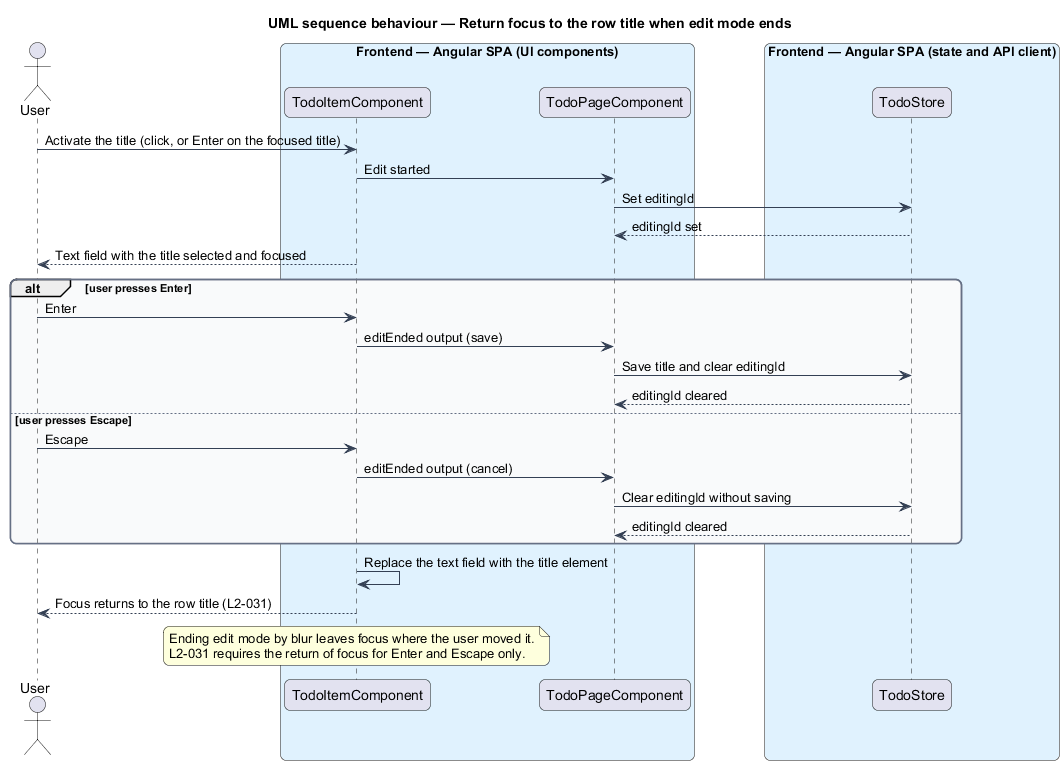
Above: docs/detailed-designs/interface/accessible-interface/diagrams/sequence-edit-end-focus.png in QuinntyneBrown/php-todo-lab (PlantUML), before the change. Its diagram source:
```plantuml
@startuml
title UML sequence behaviour — Return focus to the row title when edit mode ends
skinparam backgroundColor #FFFFFF
skinparam shadowing false
skinparam roundcorner 12
skinparam defaultFontName Arial
skinparam ArrowColor #344054
skinparam rectangle {
  BorderColor #344054
  FontColor #101828
}
skinparam package {
  BorderColor #667085
  FontColor #101828
  BackgroundColor #F9FAFB
}
actor "User" as user
box "Frontend — Angular SPA (UI components)" #E0F2FE
  participant "TodoItemComponent" as item
  participant "TodoPageComponent" as page
end box
box "Frontend — Angular SPA (state and API client)" #E0F2FE
  participant "TodoStore" as store
end box
user -> item : Activate the title (click, or Enter on the focused title)
item -> page : Edit started
page -> store : Set editingId
store --> page : editingId set
item --> user : Text field with the title selected and focused
alt user presses Enter
  user -> item : Enter
  item -> page : editEnded output (save)
  page -> store : Save title and clear editingId
  store --> page : editingId cleared
else user presses Escape
  user -> item : Escape
  item -> page : editEnded output (cancel)
  page -> store : Clear editingId without saving
  store --> page : editingId cleared
end
item -> item : Replace the text field with the title element
item --> user : Focus returns to the row title (L2-031)
note over item
  Ending edit mode by blur leaves focus where the user moved it.
  L2-031 requires the return of focus for Enter and Escape only.
end note
@enduml
```
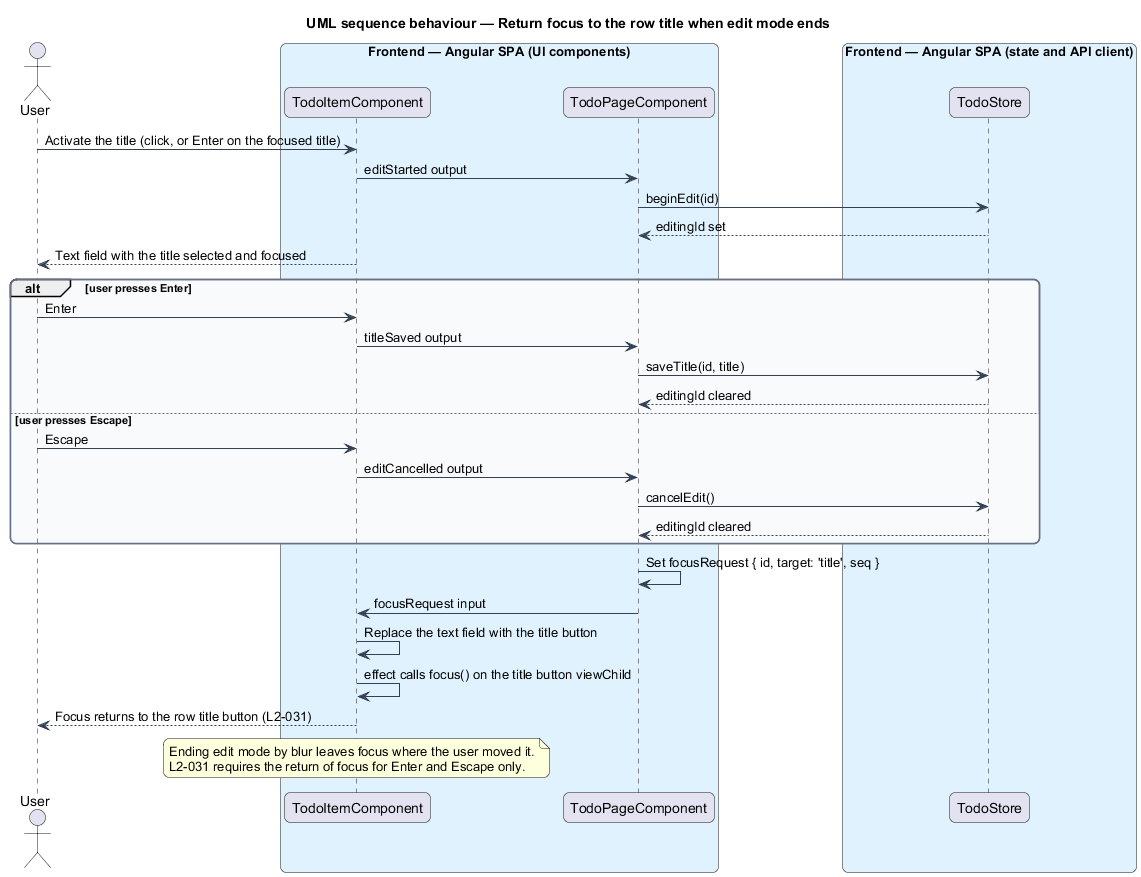
After the commit.

Diff of the diagram source:
```diff
@@ -23,23 +23,26 @@
   participant "TodoStore" as store
 end box
 user -> item : Activate the title (click, or Enter on the focused title)
-item -> page : Edit started
-page -> store : Set editingId
+item -> page : editStarted output
+page -> store : beginEdit(id)
 store --> page : editingId set
 item --> user : Text field with the title selected and focused
 alt user presses Enter
   user -> item : Enter
-  item -> page : editEnded output (save)
-  page -> store : Save title and clear editingId
+  item -> page : titleSaved output
+  page -> store : saveTitle(id, title)
   store --> page : editingId cleared
 else user presses Escape
   user -> item : Escape
-  item -> page : editEnded output (cancel)
-  page -> store : Clear editingId without saving
+  item -> page : editCancelled output
+  page -> store : cancelEdit()
   store --> page : editingId cleared
 end
-item -> item : Replace the text field with the title element
-item --> user : Focus returns to the row title (L2-031)
+page -> page : Set focusRequest { id, target: 'title', seq }
+page -> item : focusRequest input
+item -> item : Replace the text field with the title button
+item -> item : effect calls focus() on the title button viewChild
+item --> user : Focus returns to the row title button (L2-031)
 note over item
   Ending edit mode by blur leaves focus where the user moved it.
   L2-031 requires the return of focus for Enter and Escape only.
```
